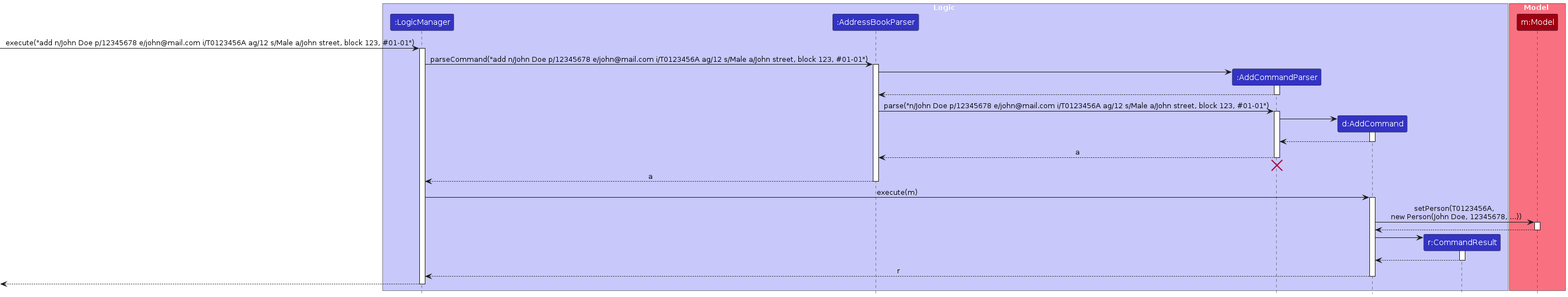
Before: diagrams/AddCommandDiagram.png, a diagram exported from PlantUML (AY2324S2-CS2103T-F14-2/tp). Its source is kept beside it as diagrams/AddCommandDiagram.puml. Source of this version:
```plantuml
@startuml
!include style.puml
skinparam ArrowFontStyle plain

box Logic LOGIC_COLOR_T1
participant ":LogicManager" as LogicManager LOGIC_COLOR
participant ":AddressBookParser" as AddressBookParser LOGIC_COLOR
participant ":AddCommandParser" as AddCommandParser LOGIC_COLOR
participant "d:AddCommand" as AddCommand LOGIC_COLOR
participant "r:CommandResult" as CommandResult LOGIC_COLOR
end box

box Model MODEL_COLOR_T1
participant "m:Model" as Model MODEL_COLOR
end box

[-> LogicManager : execute("add n/John Doe p/12345678 e/john@mail.com i/T0123456A ag/12 s/Male a/John street, block 123, #01-01")
activate LogicManager

LogicManager -> AddressBookParser : parseCommand("add n/John Doe p/12345678 e/john@mail.com i/T0123456A ag/12 s/Male a/John street, block 123, #01-01")
activate AddressBookParser

create AddCommandParser
AddressBookParser -> AddCommandParser
activate AddCommandParser

AddCommandParser --> AddressBookParser
deactivate AddCommandParser

AddressBookParser -> AddCommandParser : parse("n/John Doe p/12345678 e/john@mail.com i/T0123456A ag/12 s/Male a/John street, block 123, #01-01")
activate AddCommandParser

create AddCommand
AddCommandParser -> AddCommand
activate AddCommand

AddCommand --> AddCommandParser :
deactivate AddCommand

AddCommandParser --> AddressBookParser : a
deactivate AddCommandParser
AddCommandParser -[hidden]-> AddressBookParser
destroy AddCommandParser

AddressBookParser --> LogicManager : a
deactivate AddressBookParser

LogicManager -> AddCommand : execute(m)
activate AddCommand

AddCommand -> Model : setPerson(T0123456A, \n new Person(John Doe, 12345678, ...))
activate Model

Model --> AddCommand
deactivate Model

create CommandResult
AddCommand -> CommandResult
activate CommandResult

CommandResult --> AddCommand
deactivate CommandResult

AddCommand --> LogicManager : r
deactivate AddCommand

[<--LogicManager
deactivate LogicManager
@enduml
```
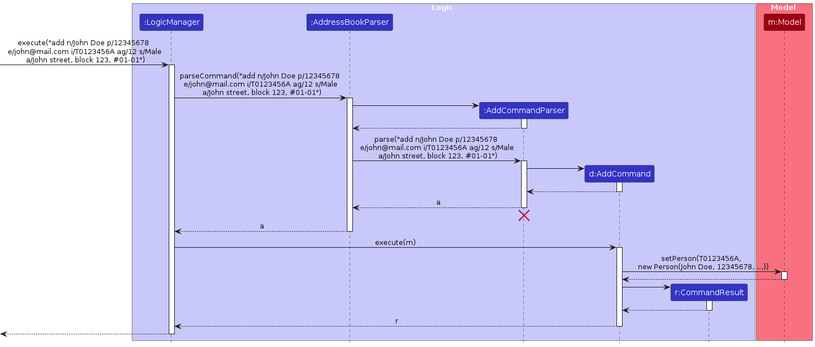
The same file after the commit.

The edit, as a diff of the source:
```diff
@@ -14,10 +14,10 @@
 participant "m:Model" as Model MODEL_COLOR
 end box
 
-[-> LogicManager : execute("add n/John Doe p/12345678 e/john@mail.com i/T0123456A ag/12 s/Male a/John street, block 123, #01-01")
+[-> LogicManager : execute("add n/John Doe p/12345678 \n e/john@mail.com i/T0123456A ag/12 s/Male \n a/John street, block 123, #01-01")
 activate LogicManager
 
-LogicManager -> AddressBookParser : parseCommand("add n/John Doe p/12345678 e/john@mail.com i/T0123456A ag/12 s/Male a/John street, block 123, #01-01")
+LogicManager -> AddressBookParser : parseCommand("add n/John Doe p/12345678 \n e/john@mail.com i/T0123456A ag/12 s/Male \n a/John street, block 123, #01-01")
 activate AddressBookParser
 
 create AddCommandParser
@@ -27,7 +27,7 @@
 AddCommandParser --> AddressBookParser
 deactivate AddCommandParser
 
-AddressBookParser -> AddCommandParser : parse("n/John Doe p/12345678 e/john@mail.com i/T0123456A ag/12 s/Male a/John street, block 123, #01-01")
+AddressBookParser -> AddCommandParser : parse("add n/John Doe p/12345678 \n e/john@mail.com i/T0123456A ag/12 s/Male \n a/John street, block 123, #01-01")
 activate AddCommandParser
 
 create AddCommand
```
